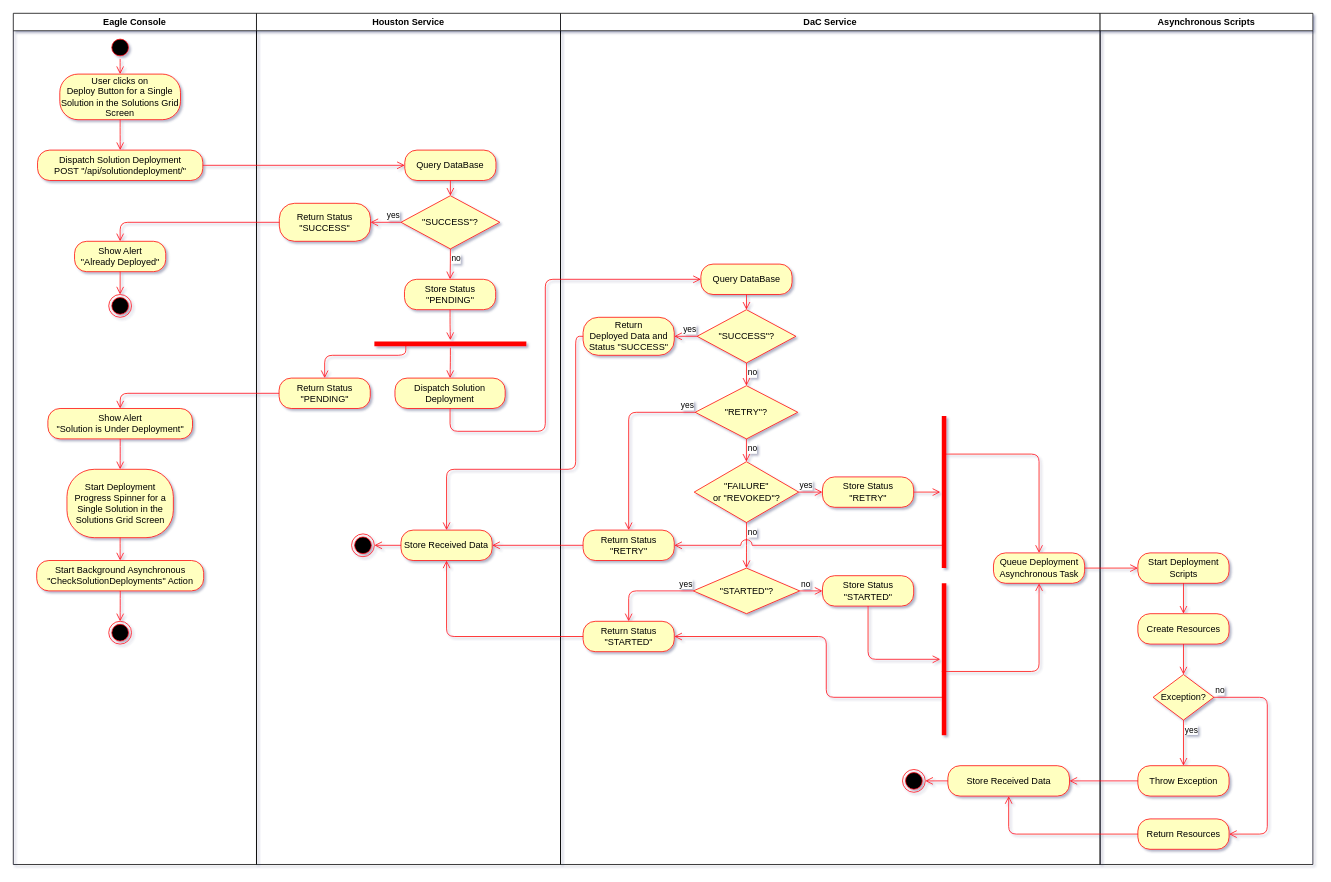
Before: page "Create Deployment" (1 of 3) of docs/solution_deployment.drawio in tranquilitybase-io/tb-houston-service, a draw.io diagram. Source tidied: cells renumbered, new cells numbered last; positions are measured from the earlier drawing's top-left corner, leaving out a move shared by most shapes. Both pictures are drawn from the tidied source at 76%, with x=0, y=0 at pixel (13, 13).
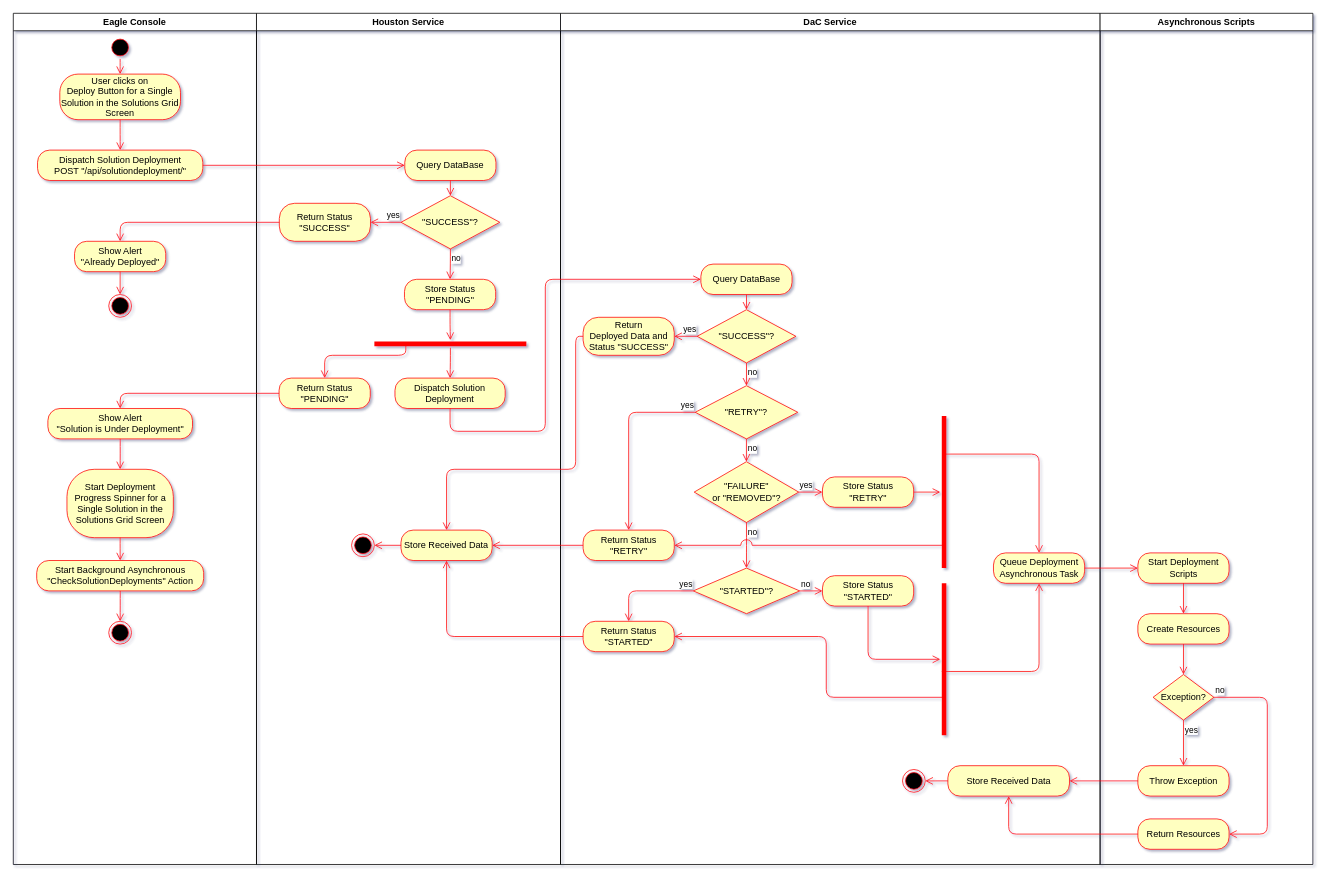
After the change.

Unchanged cells that the change refers to:
```xml
<mxCell id="35" value="DaC Service" style="swimlane;gradientColor=none;" parent="1" vertex="1">
  <mxGeometry x="720" width="710" height="1120" as="geometry" />
</mxCell>
```

The edit, as a diff of the source:
```diff
@@
-    <mxCell id="53" value="&quot;FAILURE&quot;&lt;br&gt;or &quot;REVOKED&quot;?" style="rhombus;whiteSpace=wrap;html=1;fillColor=#ffffc0;strokeColor=#ff0000;" parent="35" vertex="1">
+    <mxCell id="53" value="&quot;FAILURE&quot;&lt;br&gt;or &quot;REMOVED&quot;?" style="rhombus;whiteSpace=wrap;html=1;fillColor=#ffffc0;strokeColor=#ff0000;" parent="35" vertex="1">
       <mxGeometry x="175.9" y="590" width="137.5" height="80" as="geometry" />
     </mxCell>
```
